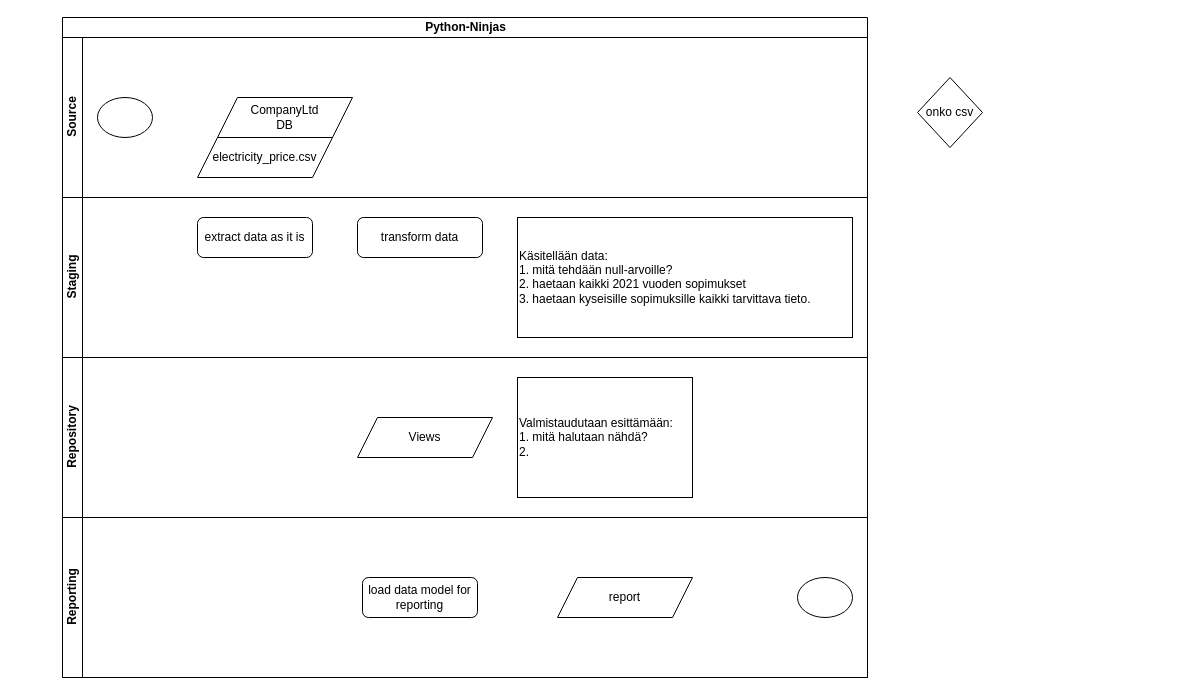
joni23008/Python-Ninjas-Projectworks keeps this draw.io diagram as Data-arkkitehtuuri - Esa/ETL-Prosessikaavio.drawio. Above is the earlier version. Source tidied: cells renumbered, new cells numbered last; positions are measured from the earlier drawing's top-left corner, leaving out a move shared by most shapes. Both pictures are drawn from the tidied source at 100%, with x=0, y=0 at pixel (62, 17).
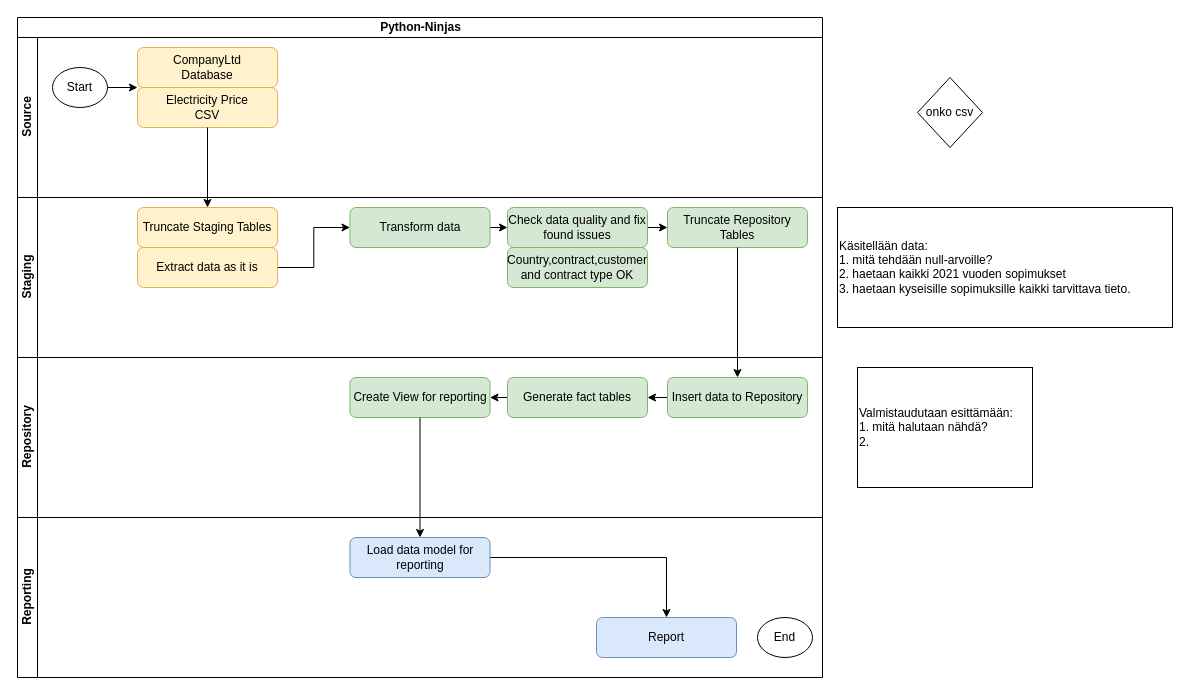
The same page after the edit.

Unchanged cells that the change refers to:
```xml
<mxCell id="3" value="Source" style="swimlane;startSize=20;horizontal=0;html=1;" parent="2" vertex="1">
  <mxGeometry y="20" width="805" height="160" as="geometry" />
</mxCell>
<mxCell id="7" value="Staging" style="swimlane;startSize=20;horizontal=0;html=1;" parent="2" vertex="1">
  <mxGeometry y="180" width="805" height="160" as="geometry" />
</mxCell>
```

Diff of the diagram source:
```diff
@@
     <mxCell id="2" value="Python-Ninjas" style="swimlane;horizontal=1;startSize=20;html=1;swimlaneFillColor=none;gradientDirection=radial;" parent="1" vertex="1">
-      <mxGeometry width="805" height="660" as="geometry" />
+      <mxGeometry x="-45" width="805" height="660" as="geometry" />
     </mxCell>
@@
+    <mxCell id="19" style="edgeStyle=orthogonalEdgeStyle;rounded=0;jettySize=auto;html=1;exitX=1;exitY=0.5;exitDx=0;exitDy=0;entryX=0;entryY=1;entryDx=0;entryDy=0;" parent="3" edge="1" source="4" target="20">
+      <mxGeometry relative="1" as="geometry" />
+    </mxCell>
-    <mxCell id="4" style="ellipse;whiteSpace=wrap;html=1;" parent="3" vertex="1">
-      <mxGeometry x="35" y="60" width="55" height="40" as="geometry" />
+    <mxCell id="4" value="Start" style="ellipse;whiteSpace=wrap;html=1;fillColor=default;" parent="3" vertex="1">
+      <mxGeometry x="35" y="30" width="55" height="40" as="geometry" />
     </mxCell>
-    <mxCell id="5" value="CompanyLtd&lt;div&gt;DB&lt;/div&gt;" style="shape=parallelogram;perimeter=parallelogramPerimeter;whiteSpace=wrap;html=1;fixedSize=1;" parent="3" vertex="1">
-      <mxGeometry x="155" y="60" width="135" height="40" as="geometry" />
-    </mxCell>
-    <mxCell id="6" value="electricity_price.csv" style="shape=parallelogram;perimeter=parallelogramPerimeter;whiteSpace=wrap;html=1;fixedSize=1;" parent="3" vertex="1">
-      <mxGeometry x="135" y="100" width="135" height="40" as="geometry" />
-    </mxCell>
+    <mxCell id="20" value="CompanyLtd&lt;div&gt;Database&lt;/div&gt;" style="rounded=1;whiteSpace=wrap;html=1;fillColor=#fff2cc;strokeColor=#d6b656;" parent="3" vertex="1">
+      <mxGeometry x="120" y="10" width="140" height="40" as="geometry" />
+    </mxCell>
+    <mxCell id="21" value="Electricity Price&lt;div&gt;CSV&lt;/div&gt;" style="rounded=1;whiteSpace=wrap;html=1;fillColor=#fff2cc;strokeColor=#d6b656;" parent="3" vertex="1">
+      <mxGeometry x="120" y="50" width="140" height="40" as="geometry" />
+    </mxCell>
@@
+    <mxCell id="22" style="edgeStyle=orthogonalEdgeStyle;rounded=0;jettySize=auto;html=1;exitX=1;exitY=0.5;exitDx=0;exitDy=0;entryX=0;entryY=0.5;entryDx=0;entryDy=0;" parent="7" edge="1" source="8" target="10">
+      <mxGeometry relative="1" as="geometry" />
+    </mxCell>
-    <mxCell id="8" value="extract data as it is" style="rounded=1;whiteSpace=wrap;html=1;" parent="7" vertex="1">
-      <mxGeometry x="135" y="20" width="115" height="40" as="geometry" />
+    <mxCell id="8" value="Extract data as it is" style="rounded=1;whiteSpace=wrap;html=1;fillColor=#fff2cc;strokeColor=#d6b656;" parent="7" vertex="1">
+      <mxGeometry x="120" y="50" width="140" height="40" as="geometry" />
     </mxCell>
+    <mxCell id="23" style="edgeStyle=orthogonalEdgeStyle;rounded=0;jettySize=auto;html=1;exitX=1;exitY=0.5;exitDx=0;exitDy=0;entryX=0;entryY=0.5;entryDx=0;entryDy=0;" parent="7" edge="1" source="10" target="25">
+      <mxGeometry relative="1" as="geometry" />
+    </mxCell>
+    <mxCell id="10" value="Transform data" style="rounded=1;whiteSpace=wrap;html=1;fillColor=#d5e8d4;strokeColor=#82b366;" parent="7" vertex="1">
+      <mxGeometry x="332.5" y="10" width="140" height="40" as="geometry" />
+    </mxCell>
+    <mxCell id="24" style="edgeStyle=orthogonalEdgeStyle;rounded=0;jettySize=auto;html=1;exitX=1;exitY=0.5;exitDx=0;exitDy=0;entryX=0;entryY=0.5;entryDx=0;entryDy=0;" parent="7" edge="1" source="25" target="27">
+      <mxGeometry relative="1" as="geometry" />
+    </mxCell>
+    <mxCell id="25" value="Check data quality and fix found issues" style="rounded=1;whiteSpace=wrap;html=1;fillColor=#d5e8d4;strokeColor=#82b366;" parent="7" vertex="1">
+      <mxGeometry x="490" y="10" width="140" height="40" as="geometry" />
+    </mxCell>
+    <mxCell id="26" value="Truncate Staging Tables" style="rounded=1;whiteSpace=wrap;html=1;fillColor=#fff2cc;strokeColor=#d6b656;" parent="7" vertex="1">
+      <mxGeometry x="120" y="10" width="140" height="40" as="geometry" />
+    </mxCell>
+    <mxCell id="27" value="Truncate Repository Tables" style="rounded=1;whiteSpace=wrap;html=1;fillColor=#d5e8d4;strokeColor=#82b366;" parent="7" vertex="1">
+      <mxGeometry x="650" y="10" width="140" height="40" as="geometry" />
+    </mxCell>
+    <mxCell id="28" value="Country,contract,customer and contract type OK" style="rounded=1;whiteSpace=wrap;html=1;fillColor=#d5e8d4;strokeColor=#82b366;" parent="7" vertex="1">
+      <mxGeometry x="490" y="50" width="140" height="40" as="geometry" />
+    </mxCell>
+    <mxCell id="11" value="Repository" style="swimlane;startSize=20;horizontal=0;html=1;" parent="2" vertex="1">
+      <mxGeometry y="340" width="805" height="160" as="geometry" />
+    </mxCell>
+    <mxCell id="29" value="Create View for reporting" style="rounded=1;whiteSpace=wrap;html=1;fillColor=#d5e8d4;strokeColor=#82b366;" parent="11" vertex="1">
+      <mxGeometry x="332.5" y="20" width="140" height="40" as="geometry" />
+    </mxCell>
+    <mxCell id="30" style="edgeStyle=orthogonalEdgeStyle;rounded=0;jettySize=auto;html=1;exitX=0;exitY=0.5;exitDx=0;exitDy=0;entryX=1;entryY=0.5;entryDx=0;entryDy=0;" parent="11" edge="1" source="31" target="33">
+      <mxGeometry relative="1" as="geometry" />
+    </mxCell>
+    <mxCell id="31" value="Insert data to Repository" style="rounded=1;whiteSpace=wrap;html=1;fillColor=#d5e8d4;strokeColor=#82b366;" parent="11" vertex="1">
+      <mxGeometry x="650" y="20" width="140" height="40" as="geometry" />
+    </mxCell>
+    <mxCell id="32" style="edgeStyle=orthogonalEdgeStyle;rounded=0;jettySize=auto;html=1;exitX=0;exitY=0.5;exitDx=0;exitDy=0;entryX=1;entryY=0.5;entryDx=0;entryDy=0;" parent="11" edge="1" source="33" target="29">
+      <mxGeometry relative="1" as="geometry" />
+    </mxCell>
+    <mxCell id="33" value="Generate fact tables" style="rounded=1;whiteSpace=wrap;html=1;fillColor=#d5e8d4;strokeColor=#82b366;" parent="11" vertex="1">
+      <mxGeometry x="490" y="20" width="140" height="40" as="geometry" />
+    </mxCell>
+    <mxCell id="14" value="Reporting" style="swimlane;startSize=20;horizontal=0;html=1;" parent="2" vertex="1">
+      <mxGeometry y="500" width="805" height="160" as="geometry" />
+    </mxCell>
+    <mxCell id="34" style="edgeStyle=orthogonalEdgeStyle;rounded=0;jettySize=auto;html=1;entryX=0.5;entryY=0;entryDx=0;entryDy=0;" parent="14" edge="1" source="17" target="35">
+      <mxGeometry relative="1" as="geometry" />
+    </mxCell>
+    <mxCell id="17" value="Load data model for reporting" style="rounded=1;whiteSpace=wrap;html=1;fillColor=#dae8fc;strokeColor=#6c8ebf;" parent="14" vertex="1">
+      <mxGeometry x="332.5" y="20" width="140" height="40" as="geometry" />
+    </mxCell>
+    <mxCell id="35" value="Report" style="rounded=1;whiteSpace=wrap;html=1;fillColor=#dae8fc;strokeColor=#6c8ebf;" parent="14" vertex="1">
+      <mxGeometry x="579" y="100" width="140" height="40" as="geometry" />
+    </mxCell>
+    <mxCell id="36" value="End" style="ellipse;whiteSpace=wrap;html=1;" parent="14" vertex="1">
+      <mxGeometry x="740" y="100" width="55" height="40" as="geometry" />
+    </mxCell>
+    <mxCell id="37" style="edgeStyle=orthogonalEdgeStyle;rounded=0;jettySize=auto;html=1;exitX=0.5;exitY=1;exitDx=0;exitDy=0;entryX=0.5;entryY=0;entryDx=0;entryDy=0;" parent="2" edge="1" source="21" target="26">
+      <mxGeometry relative="1" as="geometry" />
+    </mxCell>
+    <mxCell id="38" style="edgeStyle=orthogonalEdgeStyle;rounded=0;jettySize=auto;html=1;exitX=0.5;exitY=1;exitDx=0;exitDy=0;entryX=0.5;entryY=0;entryDx=0;entryDy=0;" parent="2" edge="1" source="27" target="31">
+      <mxGeometry relative="1" as="geometry" />
+    </mxCell>
+    <mxCell id="39" style="edgeStyle=orthogonalEdgeStyle;rounded=0;jettySize=auto;html=1;exitX=0.5;exitY=1;exitDx=0;exitDy=0;entryX=0.5;entryY=0;entryDx=0;entryDy=0;" parent="2" edge="1" source="29" target="17">
+      <mxGeometry relative="1" as="geometry" />
+    </mxCell>
+    <mxCell id="18" value="onko csv" style="rhombus;whiteSpace=wrap;html=1;" parent="1" vertex="1">
+      <mxGeometry x="855" y="60" width="65" height="70" as="geometry" />
+    </mxCell>
-    <mxCell id="9" value="Käsitellään data:&lt;br&gt;1. mitä tehdään null-arvoille?&lt;div style=&quot;line-height: 120%;&quot;&gt;2. haetaan kaikki 2021 vuoden sopimukset&lt;/div&gt;&lt;div style=&quot;line-height: 120%;&quot;&gt;3. haetaan kyseisille sopimuksille kaikki tarvittava tieto.&lt;/div&gt;" style="rounded=0;whiteSpace=wrap;html=1;align=left;" parent="7" vertex="1">
-      <mxGeometry x="455" y="20" width="335" height="120" as="geometry" />
+    <mxCell id="9" value="Käsitellään data:&lt;br&gt;1. mitä tehdään null-arvoille?&lt;div style=&quot;line-height: 120%;&quot;&gt;2. haetaan kaikki 2021 vuoden sopimukset&lt;/div&gt;&lt;div style=&quot;line-height: 120%;&quot;&gt;3. haetaan kyseisille sopimuksille kaikki tarvittava tieto.&lt;/div&gt;" style="rounded=0;whiteSpace=wrap;html=1;align=left;" parent="1" vertex="1">
+      <mxGeometry x="775" y="190" width="335" height="120" as="geometry" />
     </mxCell>
-    <mxCell id="10" value="transform data" style="rounded=1;whiteSpace=wrap;html=1;" parent="7" vertex="1">
-      <mxGeometry x="295" y="20" width="125" height="40" as="geometry" />
-    </mxCell>
-    <mxCell id="11" value="Repository" style="swimlane;startSize=20;horizontal=0;html=1;" parent="2" vertex="1">
-      <mxGeometry y="340" width="805" height="160" as="geometry" />
-    </mxCell>
-    <mxCell id="12" value="Valmistaudutaan esittämään:&lt;br&gt;1. mitä halutaan nähdä?&lt;div style=&quot;line-height: 120%;&quot;&gt;2.&amp;nbsp;&lt;/div&gt;" style="rounded=0;whiteSpace=wrap;html=1;align=left;" parent="11" vertex="1">
-      <mxGeometry x="455" y="20" width="175" height="120" as="geometry" />
+    <mxCell id="12" value="Valmistaudutaan esittämään:&lt;br&gt;1. mitä halutaan nähdä?&lt;div style=&quot;line-height: 120%;&quot;&gt;2.&amp;nbsp;&lt;/div&gt;" style="rounded=0;whiteSpace=wrap;html=1;align=left;" parent="1" vertex="1">
+      <mxGeometry x="795" y="350" width="175" height="120" as="geometry" />
     </mxCell>
-    <mxCell id="13" value="Views" style="shape=parallelogram;perimeter=parallelogramPerimeter;whiteSpace=wrap;html=1;fixedSize=1;" parent="11" vertex="1">
-      <mxGeometry x="295" y="60" width="135" height="40" as="geometry" />
-    </mxCell>
-    <mxCell id="14" value="Reporting" style="swimlane;startSize=20;horizontal=0;html=1;" parent="2" vertex="1">
-      <mxGeometry y="500" width="805" height="160" as="geometry" />
-    </mxCell>
-    <mxCell id="15" style="ellipse;whiteSpace=wrap;html=1;" parent="14" vertex="1">
-      <mxGeometry x="735" y="60" width="55" height="40" as="geometry" />
-    </mxCell>
-    <mxCell id="16" value="report" style="shape=parallelogram;perimeter=parallelogramPerimeter;whiteSpace=wrap;html=1;fixedSize=1;" parent="14" vertex="1">
-      <mxGeometry x="495" y="60" width="135" height="40" as="geometry" />
-    </mxCell>
-    <mxCell id="17" value="load data model for reporting" style="rounded=1;whiteSpace=wrap;html=1;" parent="14" vertex="1">
-      <mxGeometry x="300" y="60" width="115" height="40" as="geometry" />
-    </mxCell>
-    <mxCell id="18" value="onko csv" style="rhombus;whiteSpace=wrap;html=1;" parent="1" vertex="1">
-      <mxGeometry x="855" y="60" width="65" height="70" as="geometry" />
-    </mxCell>
```
